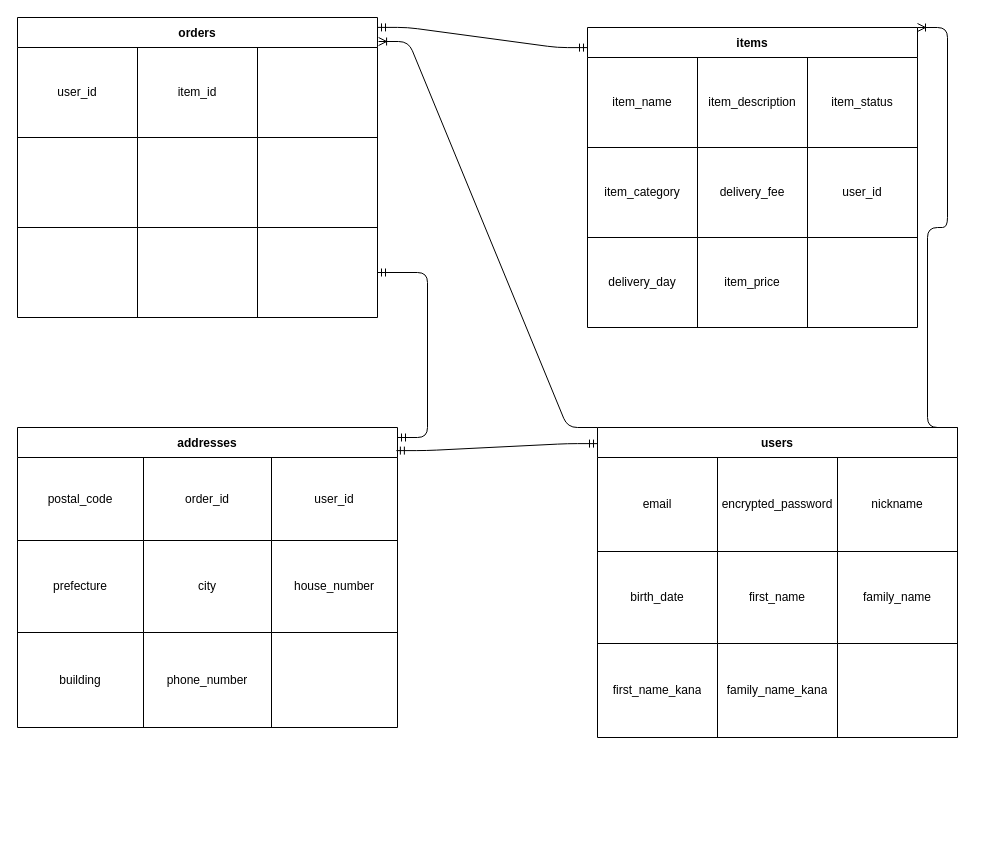
The draw.io diagram page "ページ1" (1 of 2) of furima_36431.dio in Mitsusatonambu/furima-36431, before the edit. Source tidied: cells renumbered, new cells numbered last; positions are measured from the earlier drawing's top-left corner, leaving out a move shared by most shapes. Both pictures are drawn from the tidied source at 100%, with x=0, y=0 at pixel (17, 17).
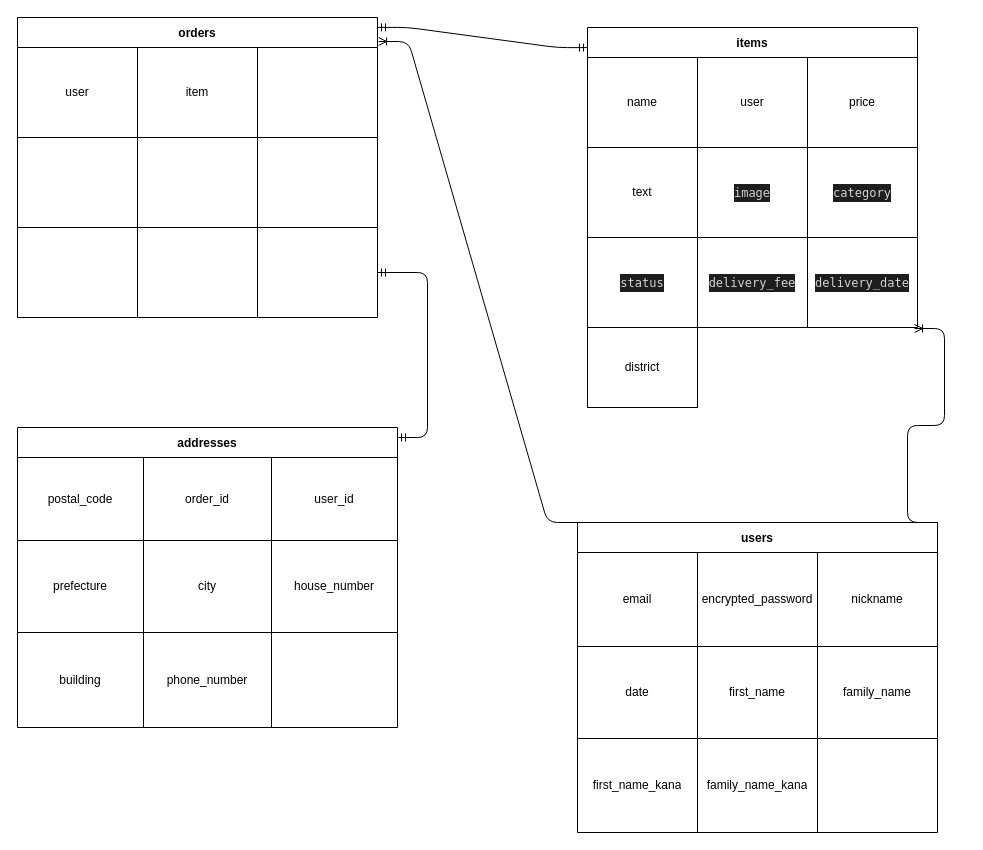
Above is the later version.

Unchanged cells that the change refers to:
```xml
<mxCell id="3" style="shape=partialRectangle;html=1;whiteSpace=wrap;fillColor=none;top=0;left=0;bottom=0;right=0;" parent="2" vertex="1">
  <mxGeometry y="30" width="360" height="90" as="geometry" />
</mxCell>
<mxCell id="15" value="items" style="shape=table;startSize=30;childLayout=tableLayout;fontStyle=1;align=center;" parent="1" vertex="1">
  <mxGeometry x="570" y="10" width="330" height="300" as="geometry" />
</mxCell>
<mxCell id="16" style="shape=partialRectangle;html=1;whiteSpace=wrap;fillColor=none;top=0;left=0;bottom=0;right=0;" parent="15" vertex="1">
  <mxGeometry y="30" width="330" height="90" as="geometry" />
</mxCell>
<mxCell id="20" style="shape=partialRectangle;html=1;whiteSpace=wrap;fillColor=none;top=0;left=0;bottom=0;right=0;" parent="15" vertex="1">
  <mxGeometry y="120" width="330" height="90" as="geometry" />
</mxCell>
<mxCell id="24" style="shape=partialRectangle;html=1;whiteSpace=wrap;fillColor=none;top=0;left=0;bottom=0;right=0;points=[[0,0.5],[1,0.5]];portConstraint=eastwest;" parent="15" vertex="1">
  <mxGeometry y="210" width="330" height="90" as="geometry" />
</mxCell>
<mxCell id="28" value="addresses" style="shape=table;startSize=30;childLayout=tableLayout;fontStyle=1;align=center;" parent="1" vertex="1">
  <mxGeometry y="410" width="380" height="300" as="geometry" />
</mxCell>
<mxCell id="46" style="shape=partialRectangle;html=1;whiteSpace=wrap;fillColor=none;top=0;left=0;bottom=0;right=0;" parent="41" vertex="1">
  <mxGeometry y="124" width="360" height="92" as="geometry" />
</mxCell>
```

The edit, as a diff of the source:
```diff
@@
-    <mxCell id="4" value="user_id" style="shape=partialRectangle;html=1;whiteSpace=wrap;fillColor=none;top=0;left=0;bottom=0;right=0;overflow=hidden;" parent="3" vertex="1">
+    <mxCell id="4" value="user" style="shape=partialRectangle;html=1;whiteSpace=wrap;fillColor=none;top=0;left=0;bottom=0;right=0;overflow=hidden;" parent="3" vertex="1">
       <mxGeometry width="120" height="90" as="geometry" />
     </mxCell>
-    <mxCell id="5" value="item_id" style="shape=partialRectangle;html=1;whiteSpace=wrap;fillColor=none;top=0;left=0;bottom=0;right=0;overflow=hidden;" parent="3" vertex="1">
+    <mxCell id="5" value="item" style="shape=partialRectangle;html=1;whiteSpace=wrap;fillColor=none;top=0;left=0;bottom=0;right=0;overflow=hidden;" parent="3" vertex="1">
       <mxGeometry x="120" width="120" height="90" as="geometry" />
     </mxCell>
@@
-    <mxCell id="17" value="item_name" style="shape=partialRectangle;html=1;whiteSpace=wrap;fillColor=none;top=0;left=0;bottom=0;right=0;overflow=hidden;" parent="16" vertex="1">
+    <mxCell id="17" value="name" style="shape=partialRectangle;html=1;whiteSpace=wrap;fillColor=none;top=0;left=0;bottom=0;right=0;overflow=hidden;" parent="16" vertex="1">
       <mxGeometry width="110" height="90" as="geometry" />
     </mxCell>
-    <mxCell id="18" value="item_description" style="shape=partialRectangle;html=1;whiteSpace=wrap;fillColor=none;top=0;left=0;bottom=0;right=0;overflow=hidden;" parent="16" vertex="1">
+    <mxCell id="18" value="&lt;span&gt;user&lt;/span&gt;" style="shape=partialRectangle;html=1;whiteSpace=wrap;fillColor=none;top=0;left=0;bottom=0;right=0;overflow=hidden;" parent="16" vertex="1">
       <mxGeometry x="110" width="110" height="90" as="geometry" />
     </mxCell>
-    <mxCell id="19" value="item_status" style="shape=partialRectangle;html=1;whiteSpace=wrap;fillColor=none;top=0;left=0;bottom=0;right=0;overflow=hidden;" parent="16" vertex="1">
+    <mxCell id="19" value="price" style="shape=partialRectangle;html=1;whiteSpace=wrap;fillColor=none;top=0;left=0;bottom=0;right=0;overflow=hidden;" parent="16" vertex="1">
       <mxGeometry x="220" width="110" height="90" as="geometry" />
     </mxCell>
@@
-    <mxCell id="21" value="item_category" style="shape=partialRectangle;html=1;whiteSpace=wrap;fillColor=none;top=0;left=0;bottom=0;right=0;overflow=hidden;" parent="20" vertex="1">
+    <mxCell id="21" value="text" style="shape=partialRectangle;html=1;whiteSpace=wrap;fillColor=none;top=0;left=0;bottom=0;right=0;overflow=hidden;" parent="20" vertex="1">
       <mxGeometry width="110" height="90" as="geometry" />
     </mxCell>
-    <mxCell id="22" value="delivery_fee" style="shape=partialRectangle;html=1;whiteSpace=wrap;fillColor=none;top=0;left=0;bottom=0;right=0;overflow=hidden;" parent="20" vertex="1">
+    <mxCell id="22" value="&lt;div style=&quot;color: rgb(212 , 212 , 212) ; background-color: rgb(30 , 30 , 30) ; font-family: &amp;#34;menlo&amp;#34; , &amp;#34;monaco&amp;#34; , &amp;#34;courier new&amp;#34; , monospace ; line-height: 18px&quot;&gt;image&lt;/div&gt;" style="shape=partialRectangle;html=1;whiteSpace=wrap;fillColor=none;top=0;left=0;bottom=0;right=0;overflow=hidden;" parent="20" vertex="1">
       <mxGeometry x="110" width="110" height="90" as="geometry" />
     </mxCell>
-    <mxCell id="23" value="user_id" style="shape=partialRectangle;html=1;whiteSpace=wrap;fillColor=none;top=0;left=0;bottom=0;right=0;overflow=hidden;" parent="20" vertex="1">
+    <mxCell id="23" value="&lt;div style=&quot;color: rgb(212 , 212 , 212) ; background-color: rgb(30 , 30 , 30) ; font-family: &amp;#34;menlo&amp;#34; , &amp;#34;monaco&amp;#34; , &amp;#34;courier new&amp;#34; , monospace ; line-height: 18px&quot;&gt;category&lt;/div&gt;" style="shape=partialRectangle;html=1;whiteSpace=wrap;fillColor=none;top=0;left=0;bottom=0;right=0;overflow=hidden;" parent="20" vertex="1">
       <mxGeometry x="220" width="110" height="90" as="geometry" />
     </mxCell>
@@
-    <mxCell id="25" value="delivery_day" style="shape=partialRectangle;html=1;whiteSpace=wrap;fillColor=none;top=0;left=0;bottom=0;right=0;overflow=hidden;" parent="24" vertex="1">
+    <mxCell id="25" value="&lt;div style=&quot;color: rgb(212 , 212 , 212) ; background-color: rgb(30 , 30 , 30) ; font-family: &amp;#34;menlo&amp;#34; , &amp;#34;monaco&amp;#34; , &amp;#34;courier new&amp;#34; , monospace ; line-height: 18px&quot;&gt;status &lt;/div&gt;" style="shape=partialRectangle;html=1;whiteSpace=wrap;fillColor=none;top=0;left=0;bottom=0;right=0;overflow=hidden;" parent="24" vertex="1">
       <mxGeometry width="110" height="90" as="geometry" />
     </mxCell>
-    <mxCell id="26" value="item_price" style="shape=partialRectangle;html=1;whiteSpace=wrap;fillColor=none;top=0;left=0;bottom=0;right=0;overflow=hidden;" parent="24" vertex="1">
+    <mxCell id="26" value="&lt;div style=&quot;color: rgb(212 , 212 , 212) ; background-color: rgb(30 , 30 , 30) ; font-family: &amp;#34;menlo&amp;#34; , &amp;#34;monaco&amp;#34; , &amp;#34;courier new&amp;#34; , monospace ; line-height: 18px&quot;&gt;delivery_fee&lt;/div&gt;" style="shape=partialRectangle;html=1;whiteSpace=wrap;fillColor=none;top=0;left=0;bottom=0;right=0;overflow=hidden;" parent="24" vertex="1">
       <mxGeometry x="110" width="110" height="90" as="geometry" />
     </mxCell>
-    <mxCell id="27" style="shape=partialRectangle;html=1;whiteSpace=wrap;fillColor=none;top=0;left=0;bottom=0;right=0;overflow=hidden;" parent="24" vertex="1">
+    <mxCell id="27" value="&lt;div style=&quot;color: rgb(212 , 212 , 212) ; background-color: rgb(30 , 30 , 30) ; font-family: &amp;#34;menlo&amp;#34; , &amp;#34;monaco&amp;#34; , &amp;#34;courier new&amp;#34; , monospace ; line-height: 18px&quot;&gt;delivery_date&lt;/div&gt;" style="shape=partialRectangle;html=1;whiteSpace=wrap;fillColor=none;top=0;left=0;bottom=0;right=0;overflow=hidden;" parent="24" vertex="1">
       <mxGeometry x="220" width="110" height="90" as="geometry" />
     </mxCell>
@@
     <mxCell id="41" value="users" style="shape=table;startSize=30;childLayout=tableLayout;fontStyle=1;align=center;" parent="1" vertex="1">
-      <mxGeometry x="580" y="410" width="360" height="310" as="geometry" />
+      <mxGeometry x="560" y="505" width="360" height="310" as="geometry" />
     </mxCell>
@@
-    <mxCell id="47" value="birth_date" style="shape=partialRectangle;html=1;whiteSpace=wrap;fillColor=none;top=0;left=0;bottom=0;right=0;overflow=hidden;" parent="46" vertex="1">
+    <mxCell id="47" value="date" style="shape=partialRectangle;html=1;whiteSpace=wrap;fillColor=none;top=0;left=0;bottom=0;right=0;overflow=hidden;" parent="46" vertex="1">
       <mxGeometry width="120" height="92" as="geometry" />
     </mxCell>
@@
-    <mxCell id="54" style="edgeStyle=entityRelationEdgeStyle;fontSize=12;html=1;endArrow=ERoneToMany;entryX=1;entryY=0;entryDx=0;entryDy=0;exitX=1;exitY=0;exitDx=0;exitDy=0;" parent="1" edge="1" source="41" target="15">
+    <mxCell id="54" style="edgeStyle=entityRelationEdgeStyle;fontSize=12;html=1;endArrow=ERoneToMany;entryX=0.991;entryY=1.011;entryDx=0;entryDy=0;exitX=1;exitY=0;exitDx=0;exitDy=0;entryPerimeter=0;" parent="1" edge="1" source="41" target="24">
       <mxGeometry relative="1" as="geometry" />
     </mxCell>
@@
-    <mxCell id="58" style="edgeStyle=entityRelationEdgeStyle;fontSize=12;html=1;endArrow=ERmandOne;startArrow=ERmandOne;entryX=0;entryY=0.052;entryDx=0;entryDy=0;entryPerimeter=0;exitX=0.997;exitY=0.077;exitDx=0;exitDy=0;exitPerimeter=0;" parent="1" edge="1" source="28" target="41">
-      <mxGeometry relative="1" as="geometry" />
-    </mxCell>
+    <mxCell id="59" value="district" style="whiteSpace=wrap;html=1;align=center;" parent="1" vertex="1">
+      <mxGeometry x="570" y="310" width="110" height="80" as="geometry" />
+    </mxCell>
```
